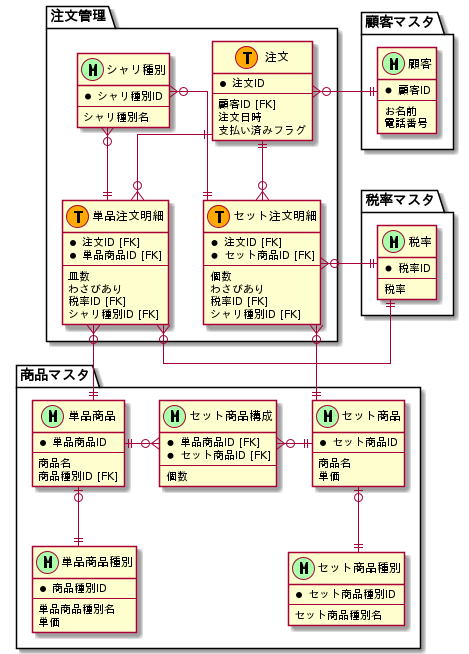
This is database/29_modeling1/assets/task_2/sushi.png from shimopino/praha-challenges, a PlantUML export, as it was before one commit.
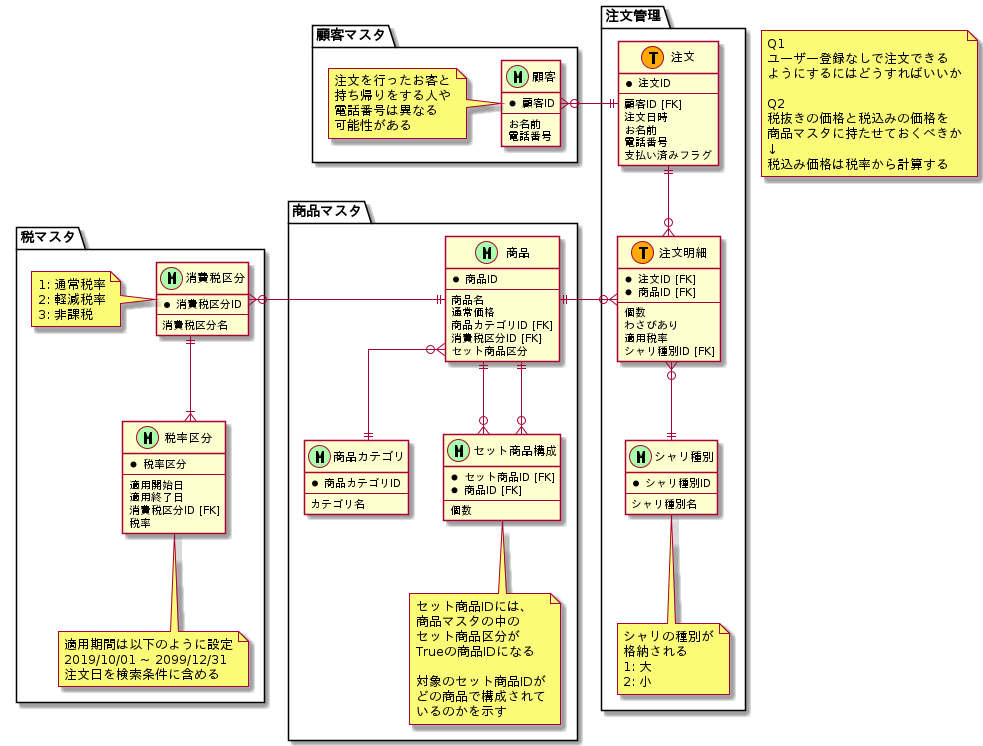
Above is the later version.

Commit message:
docs: シャリの大小とセット商品構成による個数計算に対応 #95

Change to the diagram source:
```diff
@@ -3,6 +3,18 @@
 skinparam Linetype ortho
 !define MASTER_MARK_COLOR AAFFAA
 !define TRANSACTION_MARK_COLOR FFAA00
+
+note as 疑問点
+    Q1
+    ユーザー登録なしで注文できる
+    ようにするにはどうすればいいか
+
+    Q2
+    税抜きの価格と税込みの価格を
+    商品マスタに持たせておくべきか
+    ↓
+    税込み価格は税率から計算する
+end note
 
 package 顧客マスタ {
     entity 顧客 <<M,MASTER_MARK_COLOR>> {
@@ -11,14 +23,84 @@
         お名前
         電話番号
     }
+
+    note left of 顧客
+        注文を行ったお客と
+        持ち帰りをする人や
+        電話番号は異なる
+        可能性がある
+    end note
 }
 
-package 税率マスタ {
-    entity 税率 <<M,MASTER_MARK_COLOR>> {
-        * 税率ID
+package 税マスタ {
+    entity 消費税区分 <<M,MASTER_MARK_COLOR>> {
+        * 消費税区分ID
         --
+        消費税区分名
+    }
+
+    note left of 消費税区分
+        1: 通常税率
+        2: 軽減税率
+        3: 非課税
+    end note
+
+    entity 税率区分 <<M,MASTER_MARK_COLOR>> {
+        * 税率区分
+        --
+        適用開始日
+        適用終了日
+        消費税区分ID [FK]
         税率
     }
+
+    note bottom of 税率区分
+        適用期間は以下のように設定
+        2019/10/01 ~ 2099/12/31
+        注文日を検索条件に含める
+    end note
+
+    消費税区分 ||--|{ 税率区分
+}
+
+package 商品マスタ {
+    entity 商品 <<M,MASTER_MARK_COLOR>> {
+        * 商品ID
+        --
+        商品名
+        通常価格
+        商品カテゴリID [FK]
+        消費税区分ID [FK]
+        セット商品区分
+    }
+
+    entity 商品カテゴリ <<M,MASTER_MARK_COLOR>> {
+        * 商品カテゴリID
+        --
+        カテゴリ名
+    }
+
+    entity セット商品構成 <<M,MASTER_MARK_COLOR>> {
+        * セット商品ID [FK]
+        * 商品ID [FK]
+        --
+        個数
+    }
+
+    note bottom of セット商品構成
+        セット商品IDには、
+        商品マスタの中の
+        セット商品区分が
+        Trueの商品IDになる
+
+        対象のセット商品IDが
+        どの商品で構成されて
+        いるのかを示す
+    end note
+
+    商品 }o--|| 商品カテゴリ
+    商品 ||--o{ セット商品構成
+    商品 ||--o{ セット商品構成
 }
 
 package 注文管理 {
@@ -27,26 +109,18 @@
         --
         顧客ID [FK]
         注文日時
+        お名前
+        電話番号
         支払い済みフラグ
     }
 
-    entity 単品注文明細 <<T,TRANSACTION_MARK_COLOR>> {
+    entity 注文明細 <<T,TRANSACTION_MARK_COLOR>> {
         * 注文ID [FK]
-        * 単品商品ID [FK]
-        --
-        皿数
-        わさびあり
-        税率ID [FK]
-        シャリ種別ID [FK]
-    }
-
-    entity セット注文明細 <<T,TRANSACTION_MARK_COLOR>> {
-        * 注文ID [FK]
-        * セット商品ID [FK]
+        * 商品ID [FK]
         --
         個数
         わさびあり
-        税率ID [FK]
+        適用税率
         シャリ種別ID [FK]
     }
 
@@ -56,57 +130,19 @@
         シャリ種別名
     }
 
-    注文 ||-do-o{ 単品注文明細
-    注文 ||-do-o{ セット注文明細
-    シャリ種別 }o-do-|| 単品注文明細
-    シャリ種別 }o-do-|| セット注文明細
+    note bottom of シャリ種別
+        シャリの種別が
+        格納される
+        1: 大
+        2: 小
+    end note
+
+    注文 ||-do-o{ 注文明細
+    注文明細 }o--|| シャリ種別
 }
 
-package 商品マスタ {
-    entity 単品商品 <<M,MASTER_MARK_COLOR>> {
-        * 単品商品ID
-        --
-        商品名
-        商品種別ID [FK]
-    }
-
-    entity 単品商品種別 <<M,MASTER_MARK_COLOR>> {
-        * 商品種別ID
-        --
-        単品商品種別名
-        単価
-    }
-
-    entity セット商品 <<M,MASTER_MARK_COLOR>> {
-        * セット商品ID
-        --
-        商品名
-        単価
-    }
-
-    entity セット商品種別 <<M,MASTER_MARK_COLOR>> {
-        * セット商品種別ID
-        --
-        セット商品種別名
-    }
-
-    entity セット商品構成 <<M,MASTER_MARK_COLOR>> {
-        * 単品商品ID [FK]
-        * セット商品ID [FK]
-        --
-        個数
-    }
-
-    単品商品 |o--|| 単品商品種別
-    セット商品 |o--|| セット商品種別
-    単品商品 ||-ri-o{ セット商品構成
-    セット商品 ||-le-o{ セット商品構成
-}
-
-顧客 ||-le-o{ 注文
-単品注文明細 }o-do-|| 単品商品
-セット注文明細 }o-do-|| セット商品
-単品注文明細 }o-ri-|| 税率
-セット注文明細 }o-ri-|| 税率
+商品 ||-le-o{ 消費税区分
+顧客 }o-le-|| 注文
+注文明細 }o-le-|| 商品
 
 @enduml
```
